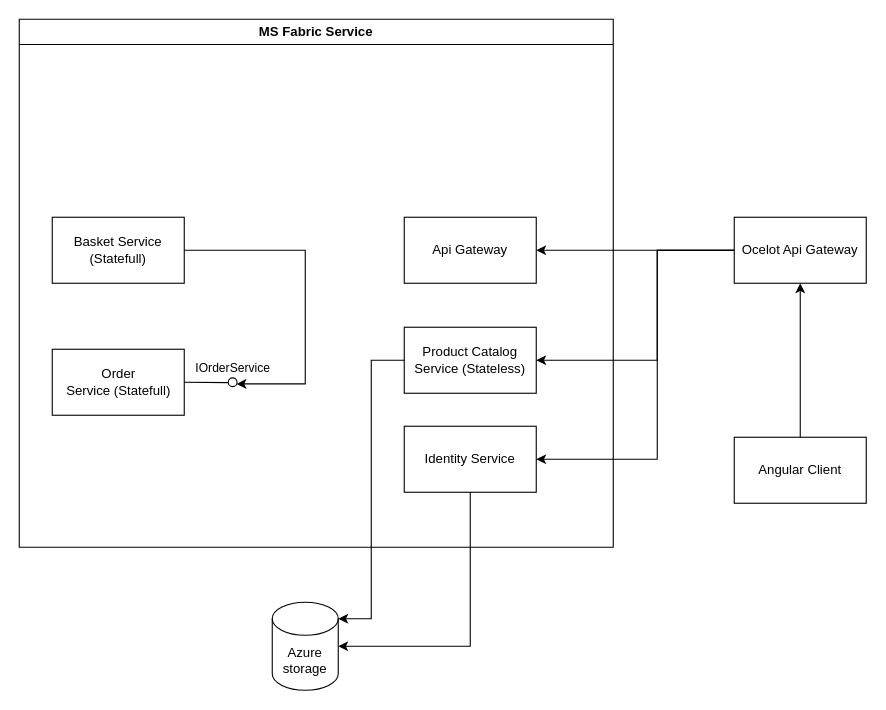
Earlier version of the draw.io diagram Untitled Diagram.drawio (markopex/Store-web-cloud-app). Source tidied: cells renumbered, new cells numbered last; positions are measured from the earlier drawing's top-left corner, leaving out a move shared by most shapes. Both pictures are drawn from the tidied source at 110%, with x=0, y=0 at pixel (19, 19).
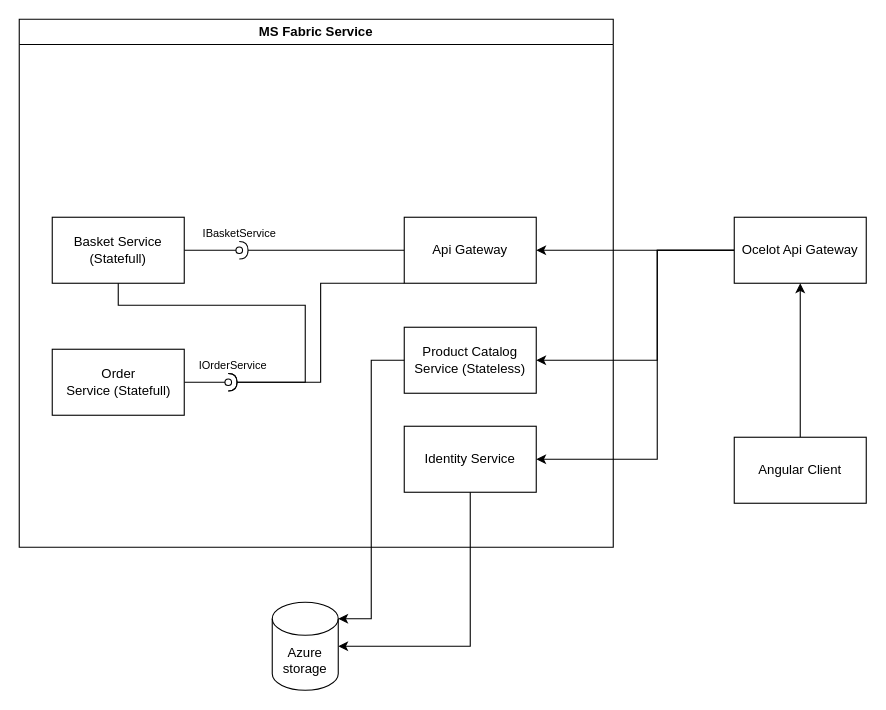
The same diagram, later.

The change refers to these unchanged cells:
```xml
<mxCell id="2" value="MS Fabric Service" style="swimlane;whiteSpace=wrap;html=1;" parent="1" vertex="1">
  <mxGeometry width="540" height="480" as="geometry" />
</mxCell>
<mxCell id="5" value="Basket Service (Statefull)" style="rounded=0;whiteSpace=wrap;html=1;" parent="2" vertex="1">
  <mxGeometry x="30" y="180" width="120" height="60" as="geometry" />
</mxCell>
<mxCell id="6" value="Api Gateway" style="rounded=0;whiteSpace=wrap;html=1;" parent="2" vertex="1">
  <mxGeometry x="350" y="180" width="120" height="60" as="geometry" />
</mxCell>
<mxCell id="7" value="Order&lt;br style=&quot;border-color: var(--border-color);&quot;&gt;&lt;span style=&quot;&quot;&gt;Service (Statefull)&lt;/span&gt;" style="html=1;rounded=0;" parent="2" vertex="1">
  <mxGeometry x="30" y="300" width="120" height="60" as="geometry" />
</mxCell>
```

Change to the diagram source:
```diff
@@
+    <mxCell id="20" style="edgeStyle=orthogonalEdgeStyle;rounded=0;jettySize=auto;html=1;endArrow=oval;endFill=0;" parent="2" edge="1" source="5">
+      <mxGeometry relative="1" as="geometry">
+        <mxPoint x="200" y="210" as="targetPoint" />
+      </mxGeometry>
+    </mxCell>
@@
+    <mxCell id="21" style="edgeStyle=orthogonalEdgeStyle;rounded=0;jettySize=auto;html=1;endArrow=halfCircle;endFill=0;targetPerimeterSpacing=0;" parent="2" edge="1" source="6">
+      <mxGeometry relative="1" as="geometry">
+        <mxPoint x="200" y="210" as="targetPoint" />
+      </mxGeometry>
+    </mxCell>
@@
+    <mxCell id="22" style="edgeStyle=orthogonalEdgeStyle;rounded=0;jettySize=auto;html=1;endArrow=oval;endFill=0;" parent="2" edge="1" source="7">
+      <mxGeometry relative="1" as="geometry">
+        <mxPoint x="190" y="330" as="targetPoint" />
+      </mxGeometry>
+    </mxCell>
@@
-    <mxCell id="8" style="endArrow=none;html=1;rounded=0;align=center;verticalAlign=top;endFill=0;labelBackgroundColor=none;endSize=2;entryX=1;entryY=0.5;entryDx=0;entryDy=0;exitX=1.03;exitY=0.537;exitDx=0;exitDy=0;exitPerimeter=0;" parent="2" edge="1" source="9" target="7">
-      <mxGeometry relative="1" as="geometry" />
-    </mxCell>
+    <mxCell id="10" style="edgeStyle=orthogonalEdgeStyle;rounded=0;jettySize=auto;html=1;endArrow=halfCircle;endFill=0;" parent="2" edge="1" source="5">
+      <mxGeometry relative="1" as="geometry">
+        <mxPoint x="190" y="330" as="targetPoint" />
+        <Array as="points">
+          <mxPoint x="90" y="260" />
+          <mxPoint x="260" y="260" />
+          <mxPoint x="260" y="330" />
+        </Array>
+      </mxGeometry>
+    </mxCell>
+    <mxCell id="23" style="edgeStyle=orthogonalEdgeStyle;rounded=0;jettySize=auto;html=1;endArrow=halfCircle;endFill=0;" parent="2" edge="1" source="6">
+      <mxGeometry relative="1" as="geometry">
+        <mxPoint x="190" y="330" as="targetPoint" />
+        <Array as="points">
+          <mxPoint x="274" y="240" />
+          <mxPoint x="274" y="330" />
+        </Array>
+      </mxGeometry>
+    </mxCell>
+    <mxCell id="24" value="IBasketService" style="text;html=1;align=center;verticalAlign=middle;strokeColor=none;fillColor=none;fontSize=10;" parent="2" vertex="1">
+      <mxGeometry x="155" y="179" width="90" height="30" as="geometry" />
+    </mxCell>
-    <mxCell id="9" value="IOrderService" style="ellipse;html=1;fontSize=11;align=center;fillColor=none;points=[];verticalAlign=bottom;labelPosition=center;verticalLabelPosition=top;flipH=1;" parent="2" vertex="1">
-      <mxGeometry x="190" y="326" width="8" height="8" as="geometry" />
+    <mxCell id="9" value="IOrderService" style="text;html=1;align=center;verticalAlign=middle;points=[];strokeColor=none;fillColor=none;fontSize=10;" parent="2" vertex="1">
+      <mxGeometry x="149" y="299" width="90" height="30" as="geometry" />
     </mxCell>
-    <mxCell id="10" style="edgeStyle=orthogonalEdgeStyle;rounded=0;jettySize=auto;html=1;entryX=0.06;entryY=0.685;entryDx=0;entryDy=0;entryPerimeter=0;" parent="2" edge="1" source="5" target="9">
-      <mxGeometry relative="1" as="geometry">
-        <Array as="points">
-          <mxPoint x="260" y="210" />
-          <mxPoint x="260" y="331" />
-        </Array>
-      </mxGeometry>
-    </mxCell>
```
